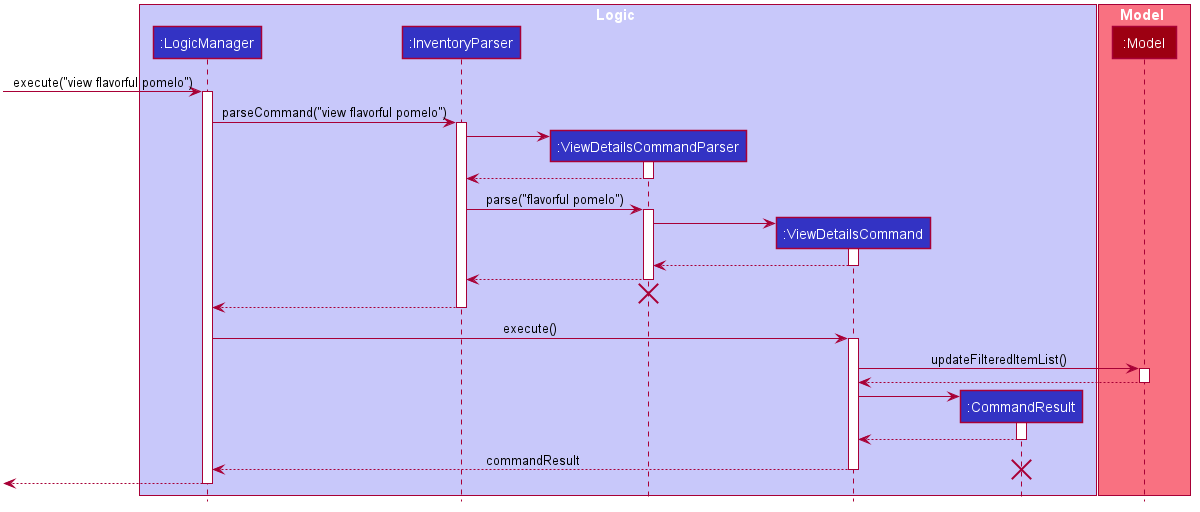
Earlier version of the PlantUML export docs/images/commandseqdiagrams/ViewDetailedItemSequenceDiagram.png (nus-cs2103-AY2021S1/tp). Its source is kept beside it as docs/diagrams/sequenceDiagrams/ViewDetailedItemSequenceDiagram.puml.
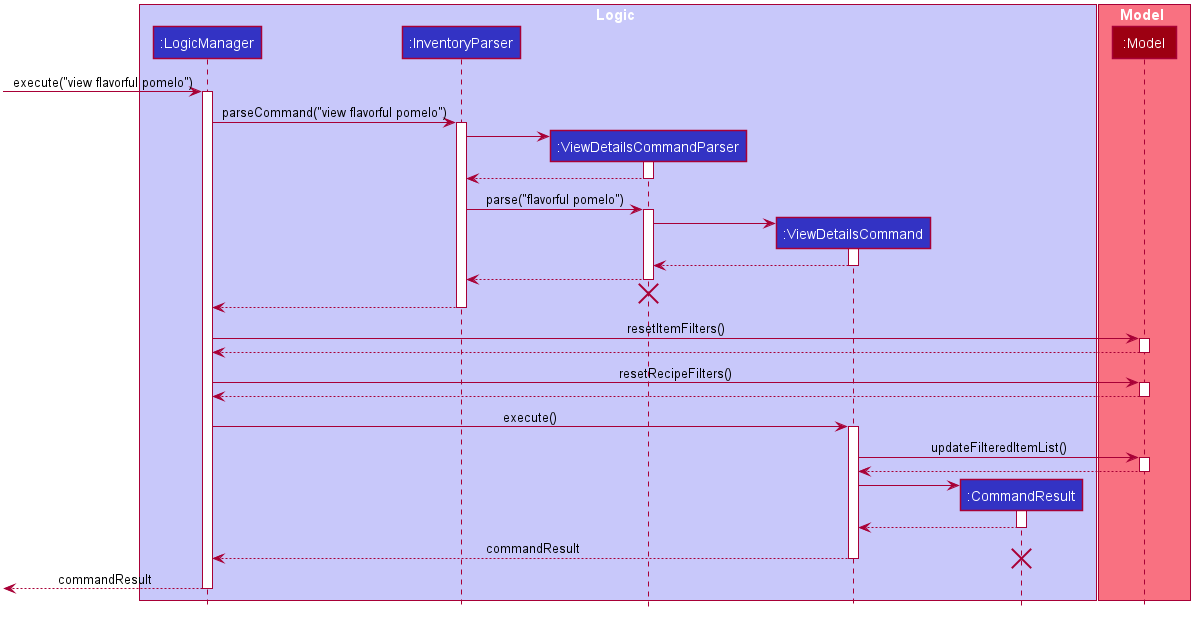
The same file after the commit.

Diff of the diagram source:
```diff
@@ -44,6 +44,16 @@
 InventoryParser --> LogicManager
 deactivate InventoryParser
 
+LogicManager -> Model: resetItemFilters()
+activate Model
+Model --> LogicManager
+deactivate Model
+
+LogicManager -> Model: resetRecipeFilters()
+activate Model
+Model --> LogicManager
+deactivate Model
+
 LogicManager -> ViewDetailsCommand : execute()
 activate ViewDetailsCommand
 
@@ -64,6 +74,6 @@
 deactivate ViewDetailsCommand
 
 destroy CommandResult
-[<--LogicManager
+[<--LogicManager : commandResult
 deactivate LogicManager
 @enduml
```
